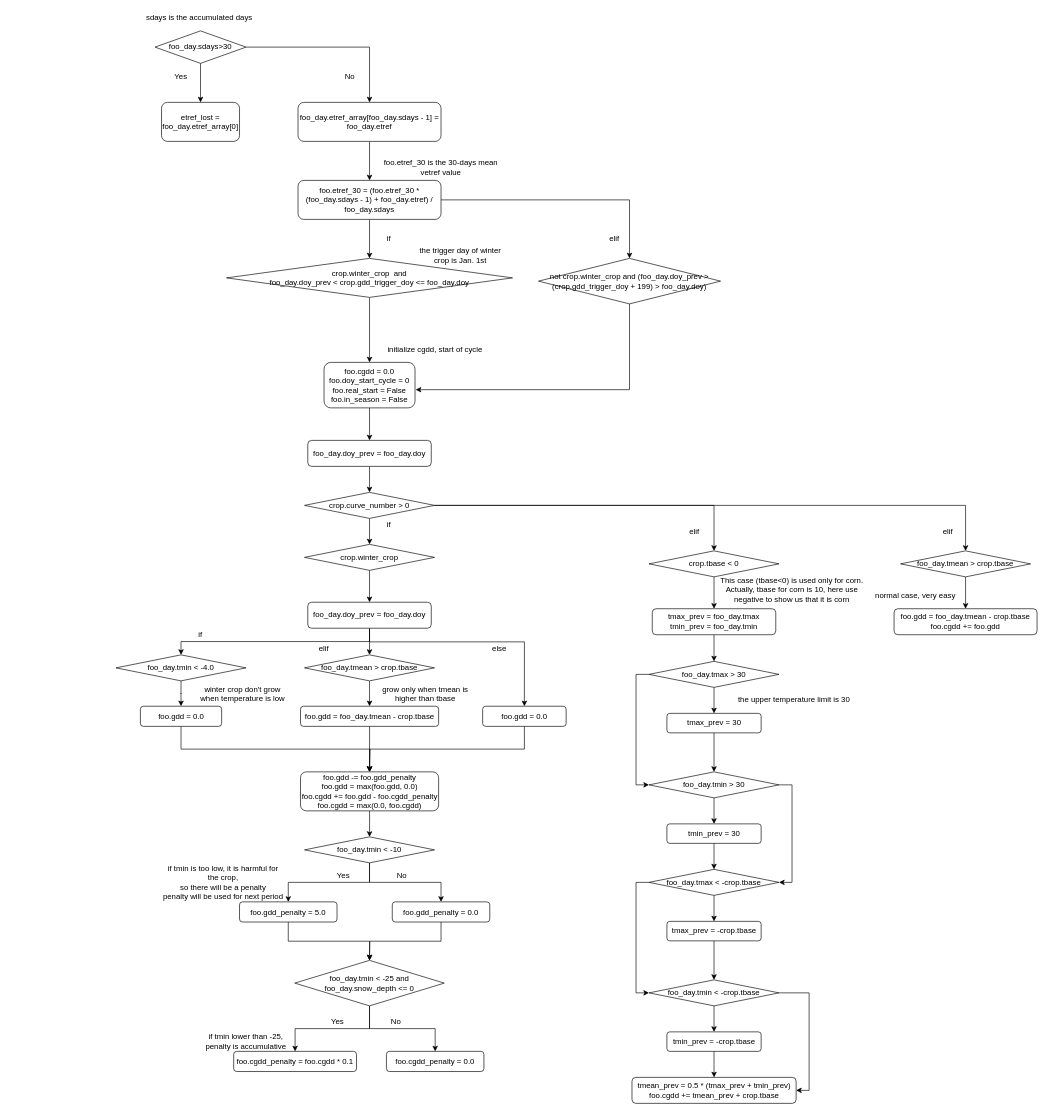
Above: page "crop_gdd" (2 of 5) of docs/Untitled Diagram.drawio in OuyangWenyu/et-demands (draw.io), before the change. Source tidied: cells renumbered, new cells numbered last; positions are measured from the earlier drawing's top-left corner, leaving out a move shared by most shapes. Both pictures are drawn from the tidied source at 65%, with x=0, y=0 at pixel (116, 11).
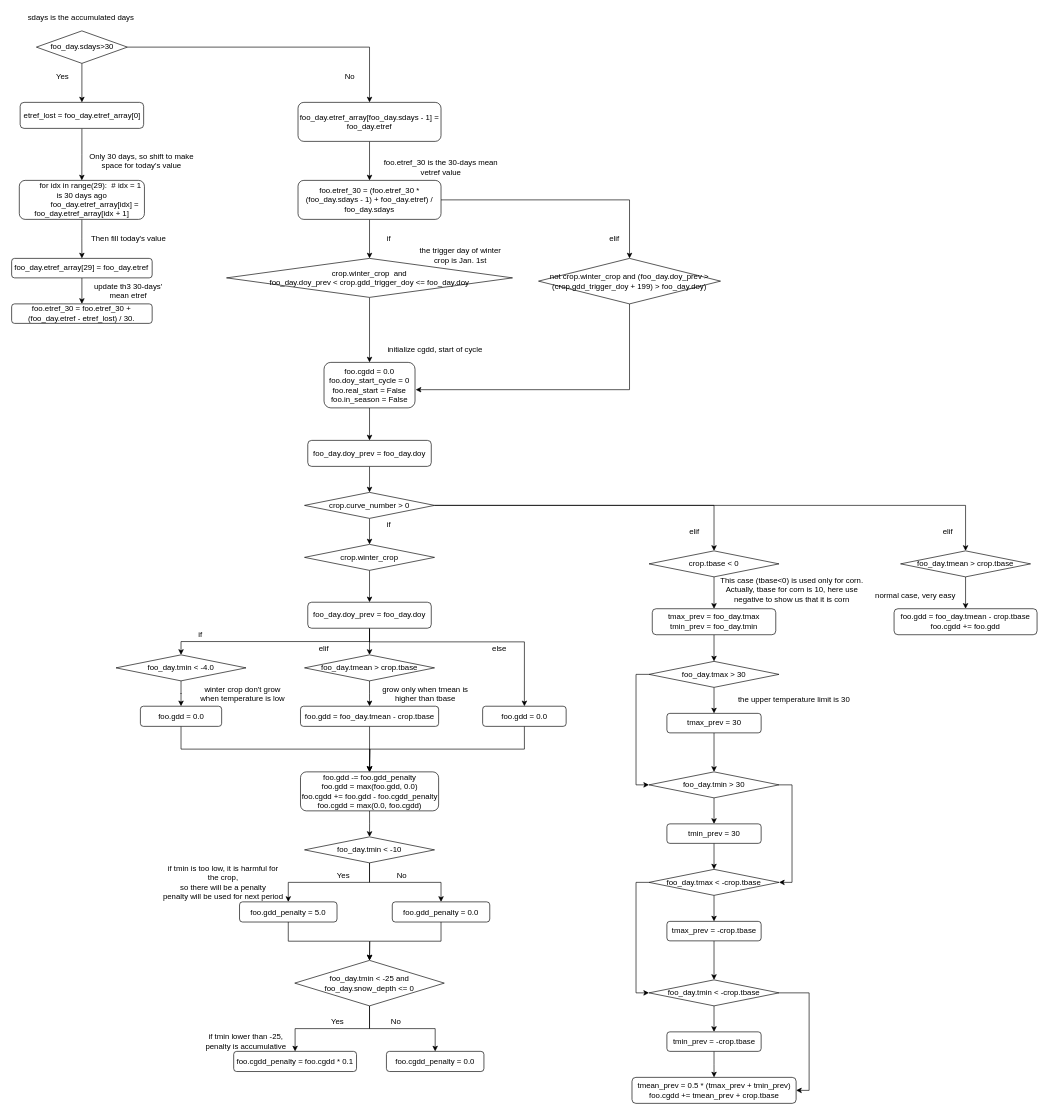
Above is the later version.

What changed in the source:
```diff
@@
     <mxCell id="4" value="foo_day.sdays&amp;gt;30" style="rhombus;whiteSpace=wrap;html=1;" parent="1" vertex="1">
-      <mxGeometry x="60" y="30" width="140" height="50" as="geometry" />
+      <mxGeometry x="-122.5" y="30" width="140" height="50" as="geometry" />
     </mxCell>
+    <mxCell id="106" style="edgeStyle=orthogonalEdgeStyle;rounded=0;jettySize=auto;html=1;exitX=0.5;exitY=1;exitDx=0;exitDy=0;" parent="1" edge="1" source="5" target="108">
+      <mxGeometry relative="1" as="geometry" />
+    </mxCell>
     <mxCell id="5" value="etref_lost = foo_day.etref_array[0]" style="rounded=1;whiteSpace=wrap;html=1;" parent="1" vertex="1">
-      <mxGeometry x="70" y="140" width="120" height="60" as="geometry" />
+      <mxGeometry x="-147.5" y="140" width="190" height="40" as="geometry" />
     </mxCell>
     <mxCell id="6" value="Yes" style="text;html=1;strokeColor=none;fillColor=none;align=center;verticalAlign=middle;whiteSpace=wrap;rounded=0;" parent="1" vertex="1">
-      <mxGeometry x="80" y="90" width="40" height="20" as="geometry" />
+      <mxGeometry x="-102.5" y="90" width="40" height="20" as="geometry" />
     </mxCell>
@@
     <mxCell id="10" value="sdays is the accumulated days&amp;nbsp;" style="text;html=1;strokeColor=none;fillColor=none;align=center;verticalAlign=middle;whiteSpace=wrap;rounded=0;" parent="1" vertex="1">
-      <mxGeometry x="40" width="180" height="20" as="geometry" />
+      <mxGeometry x="-142.5" width="180" height="20" as="geometry" />
     </mxCell>
@@
+    <mxCell id="107" style="edgeStyle=orthogonalEdgeStyle;rounded=0;jettySize=auto;html=1;exitX=0.5;exitY=1;exitDx=0;exitDy=0;" parent="1" edge="1" source="108" target="111">
+      <mxGeometry relative="1" as="geometry" />
+    </mxCell>
+    <mxCell id="108" value="&lt;div&gt;&amp;nbsp; &amp;nbsp; &amp;nbsp; &amp;nbsp; for idx in range(29):&amp;nbsp; # idx = 1 is 30 days ago&lt;/div&gt;&lt;div&gt;&amp;nbsp; &amp;nbsp; &amp;nbsp; &amp;nbsp; &amp;nbsp; &amp;nbsp; foo_day.etref_array[idx] = foo_day.etref_array[idx + 1]&lt;/div&gt;" style="rounded=1;whiteSpace=wrap;html=1;" parent="1" vertex="1">
+      <mxGeometry x="-148.8" y="260" width="192.5" height="60" as="geometry" />
+    </mxCell>
+    <mxCell id="109" value="Only 30 days, so shift to make space for today's value" style="text;html=1;strokeColor=none;fillColor=none;align=center;verticalAlign=middle;whiteSpace=wrap;rounded=0;" parent="1" vertex="1">
+      <mxGeometry x="-42.5" y="220" width="162.5" height="20" as="geometry" />
+    </mxCell>
+    <mxCell id="110" style="edgeStyle=orthogonalEdgeStyle;rounded=0;jettySize=auto;html=1;entryX=0.5;entryY=0;entryDx=0;entryDy=0;" parent="1" edge="1" source="111" target="113">
+      <mxGeometry relative="1" as="geometry" />
+    </mxCell>
+    <mxCell id="111" value="foo_day.etref_array[29] = foo_day.etref" style="rounded=1;whiteSpace=wrap;html=1;" parent="1" vertex="1">
+      <mxGeometry x="-160.6" y="380" width="216.2" height="30" as="geometry" />
+    </mxCell>
+    <mxCell id="112" value="Then fill today's value" style="text;html=1;strokeColor=none;fillColor=none;align=center;verticalAlign=middle;whiteSpace=wrap;rounded=0;" parent="1" vertex="1">
+      <mxGeometry x="-62.5" y="340" width="162.5" height="20" as="geometry" />
+    </mxCell>
+    <mxCell id="113" value="foo.etref_30 = foo.etref_30 + (foo_day.etref - etref_lost) / 30." style="rounded=1;whiteSpace=wrap;html=1;" parent="1" vertex="1">
+      <mxGeometry x="-160.6" y="450" width="216.2" height="30" as="geometry" />
+    </mxCell>
+    <mxCell id="114" value="update th3 30-days' mean etref" style="text;html=1;strokeColor=none;fillColor=none;align=center;verticalAlign=middle;whiteSpace=wrap;rounded=0;" parent="1" vertex="1">
+      <mxGeometry x="-41.2" y="420" width="120" height="20" as="geometry" />
+    </mxCell>
```
